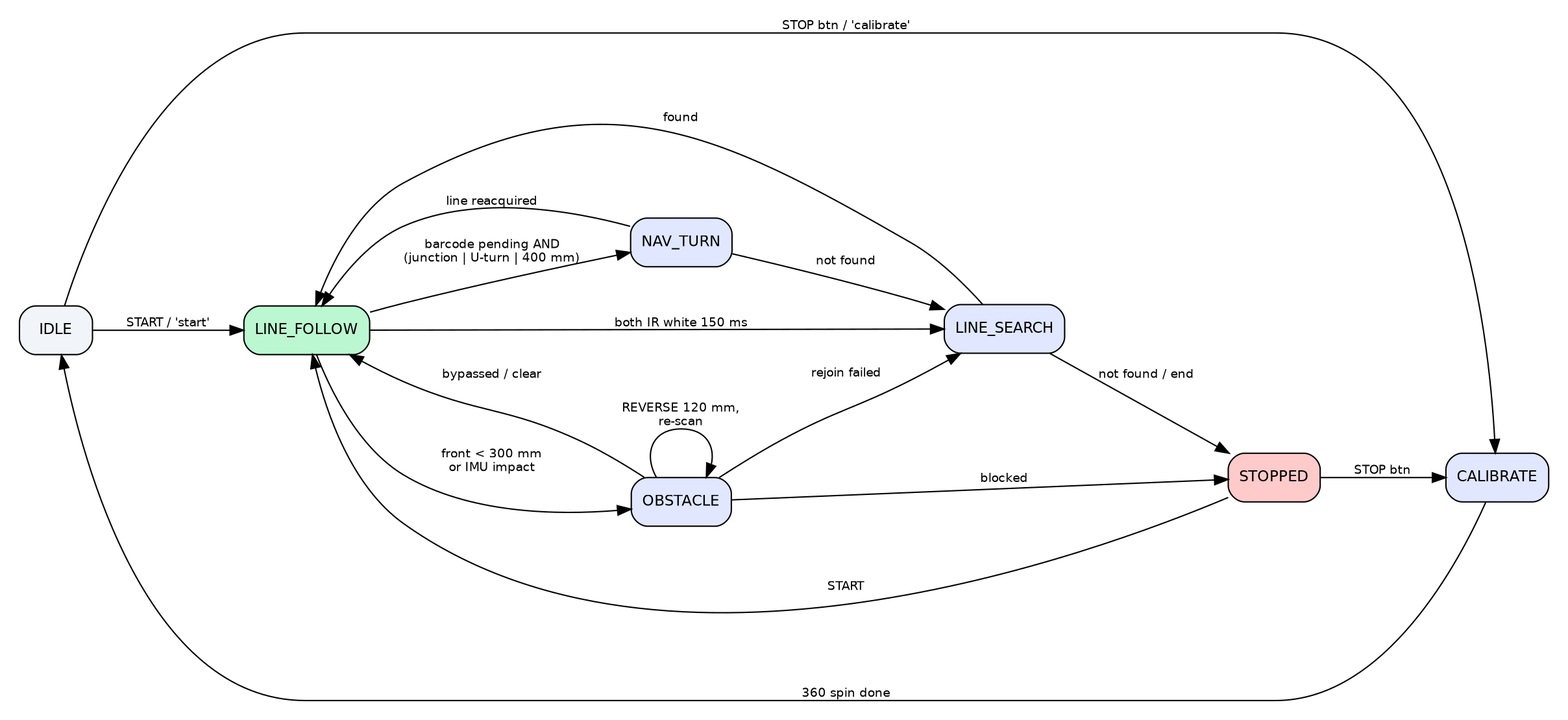
This is docs/img/states.png from lennoly/INF2004_Grp5, a Graphviz export, as it was before one commit. Its source is kept beside it as docs/img/states.dot. Its diagram source:
```dot
digraph S {
  graph [rankdir=LR, fontname="Helvetica", nodesep=0.5, ranksep=0.7, pad=0.2];
  node [shape=box, style="rounded,filled", fillcolor="#e0e7ff", fontname="Helvetica", fontsize=11];
  edge [fontname="Helvetica", fontsize=9];
  IDLE -> CALIBRATE [label="STOP btn / 'calibrate'"]; CALIBRATE -> IDLE [label="360 spin done"];
  IDLE -> LINE_FOLLOW [label="START / 'start'"];
  LINE_FOLLOW -> NAV_TURN [label="barcode pending AND\n(junction | U-turn | 400 mm)"];
  NAV_TURN -> LINE_FOLLOW [label="line reacquired"]; NAV_TURN -> LINE_SEARCH [label="not found"];
  LINE_FOLLOW -> LINE_SEARCH [label="both IR white 150 ms"];
  LINE_SEARCH -> LINE_FOLLOW [label="found"]; LINE_SEARCH -> STOPPED [label="not found / end"];
  LINE_FOLLOW -> OBSTACLE [label="front < 300 mm\nor IMU impact"];
  OBSTACLE -> OBSTACLE [label="REVERSE 120 mm,\nre-scan"];
  OBSTACLE -> LINE_FOLLOW [label="bypassed / clear"]; OBSTACLE -> LINE_SEARCH [label="rejoin failed"];
  OBSTACLE -> STOPPED [label="blocked"];
  STOPPED -> LINE_FOLLOW [label="START"]; STOPPED -> CALIBRATE [label="STOP btn"];
  IDLE [fillcolor="#f1f5f9"]; STOPPED [fillcolor="#fecaca"]; LINE_FOLLOW [fillcolor="#bbf7d0"];
}
```
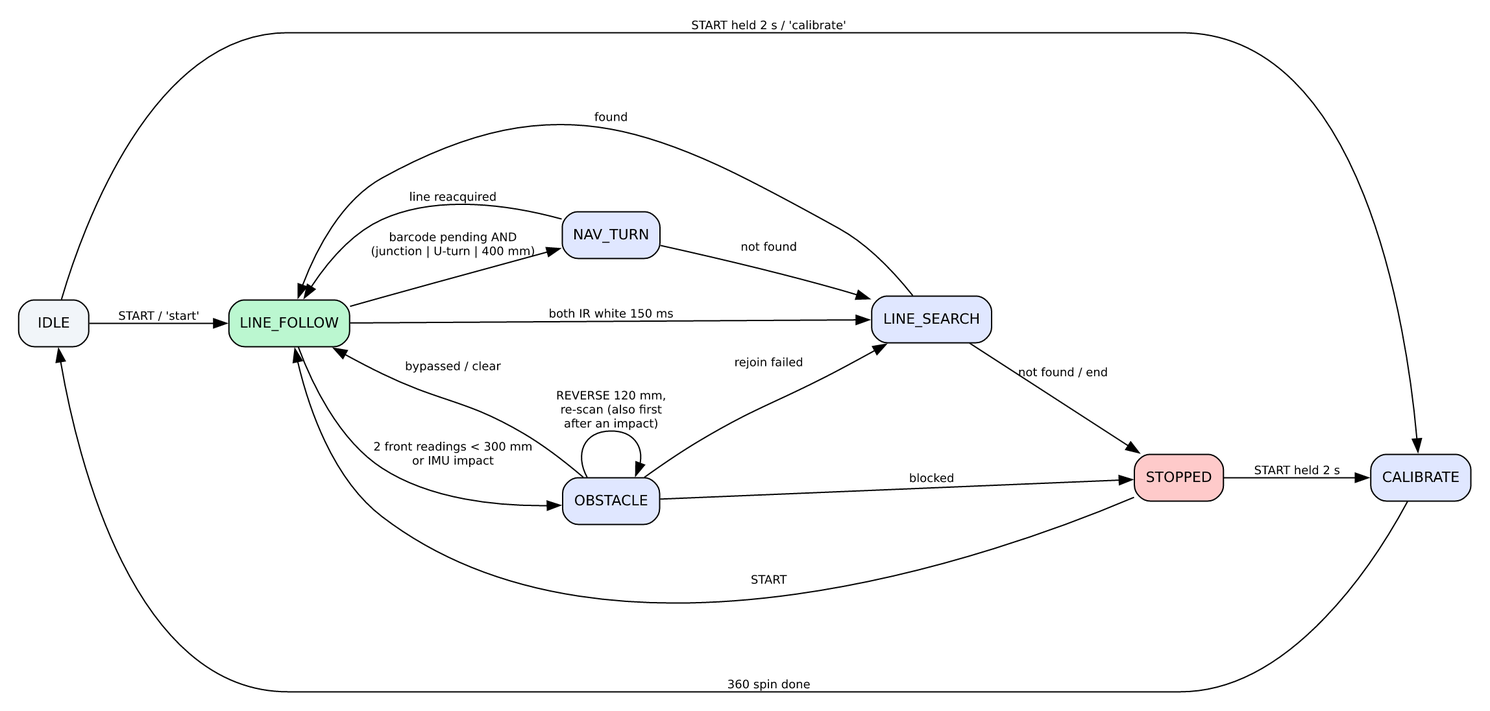
The same file after the commit.

Diff of the diagram source:
```diff
@@ -2,16 +2,16 @@
   graph [rankdir=LR, fontname="Helvetica", nodesep=0.5, ranksep=0.7, pad=0.2];
   node [shape=box, style="rounded,filled", fillcolor="#e0e7ff", fontname="Helvetica", fontsize=11];
   edge [fontname="Helvetica", fontsize=9];
-  IDLE -> CALIBRATE [label="STOP btn / 'calibrate'"]; CALIBRATE -> IDLE [label="360 spin done"];
+  IDLE -> CALIBRATE [label="START held 2 s / 'calibrate'"]; CALIBRATE -> IDLE [label="360 spin done"];
   IDLE -> LINE_FOLLOW [label="START / 'start'"];
   LINE_FOLLOW -> NAV_TURN [label="barcode pending AND\n(junction | U-turn | 400 mm)"];
   NAV_TURN -> LINE_FOLLOW [label="line reacquired"]; NAV_TURN -> LINE_SEARCH [label="not found"];
   LINE_FOLLOW -> LINE_SEARCH [label="both IR white 150 ms"];
   LINE_SEARCH -> LINE_FOLLOW [label="found"]; LINE_SEARCH -> STOPPED [label="not found / end"];
-  LINE_FOLLOW -> OBSTACLE [label="front < 300 mm\nor IMU impact"];
-  OBSTACLE -> OBSTACLE [label="REVERSE 120 mm,\nre-scan"];
+  LINE_FOLLOW -> OBSTACLE [label="2 front readings < 300 mm\nor IMU impact"];
+  OBSTACLE -> OBSTACLE [label="REVERSE 120 mm,\nre-scan (also first\nafter an impact)"];
   OBSTACLE -> LINE_FOLLOW [label="bypassed / clear"]; OBSTACLE -> LINE_SEARCH [label="rejoin failed"];
   OBSTACLE -> STOPPED [label="blocked"];
-  STOPPED -> LINE_FOLLOW [label="START"]; STOPPED -> CALIBRATE [label="STOP btn"];
+  STOPPED -> LINE_FOLLOW [label="START"]; STOPPED -> CALIBRATE [label="START held 2 s"];
   IDLE [fillcolor="#f1f5f9"]; STOPPED [fillcolor="#fecaca"]; LINE_FOLLOW [fillcolor="#bbf7d0"];
 }
```
